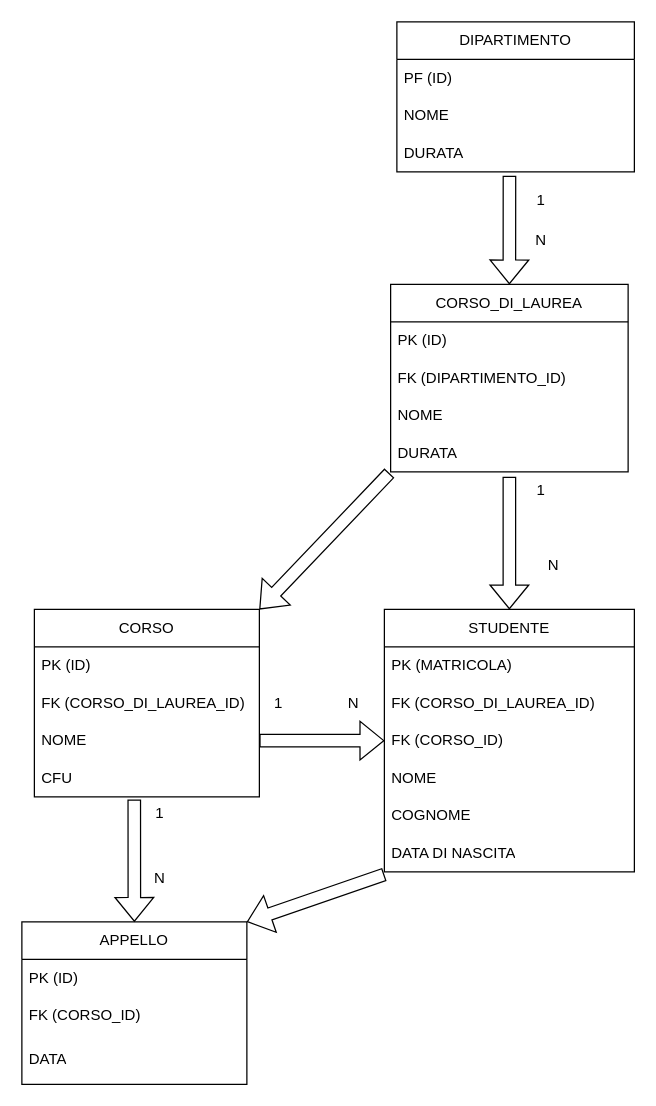
Before: db-university.drawio in giogiosgr/db-university, a draw.io diagram. Source tidied: cells renumbered, new cells numbered last; positions are measured from the earlier drawing's top-left corner, leaving out a move shared by most shapes. Both pictures are drawn from the tidied source at 125%, with x=0, y=0 at pixel (21, 21).
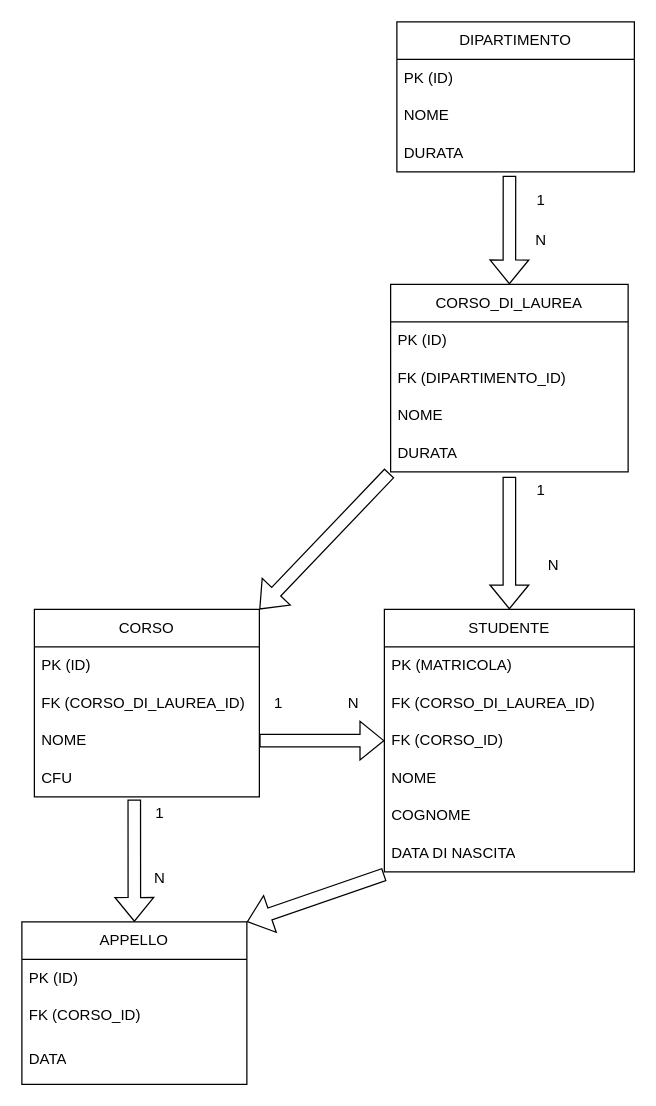
The same page after the edit.

Unchanged cells that the change refers to:
```xml
<mxCell id="2" value="DIPARTIMENTO" style="swimlane;fontStyle=0;horizontal=1;startSize=30;whiteSpace=wrap;html=1;" parent="1" vertex="1">
  <mxGeometry x="300" width="190" height="120" as="geometry" />
</mxCell>
```

Change to the diagram source:
```diff
@@
-    <mxCell id="3" value="PF (ID)" style="text;strokeColor=none;fillColor=none;align=left;verticalAlign=middle;spacingLeft=4;spacingRight=4;overflow=hidden;whiteSpace=wrap;html=1;" parent="2" vertex="1">
+    <mxCell id="3" value="PK (ID)" style="text;strokeColor=none;fillColor=none;align=left;verticalAlign=middle;spacingLeft=4;spacingRight=4;overflow=hidden;whiteSpace=wrap;html=1;" parent="2" vertex="1">
       <mxGeometry y="30" width="190" height="30" as="geometry" />
     </mxCell>
```
